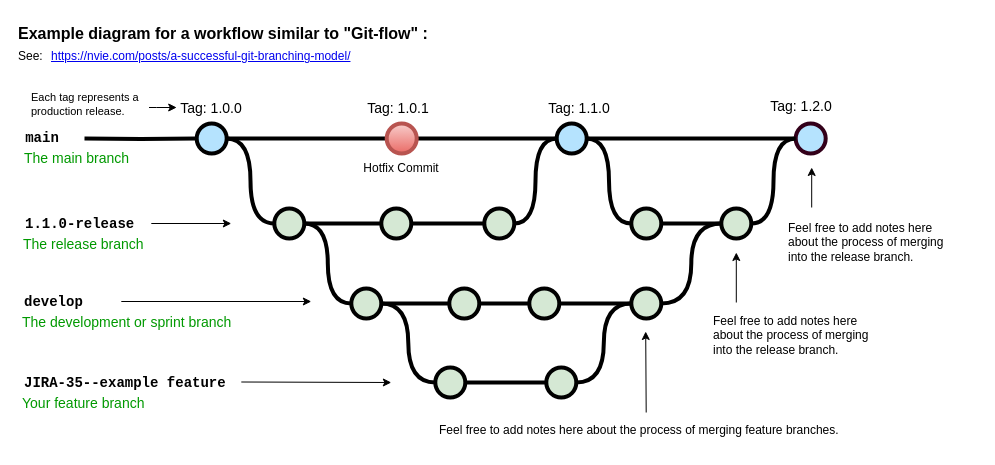
This is Untitled Diagram.drawio from IronCaterpillar/diagrams, a draw.io file, before an edit. Source tidied: cells renumbered, new cells numbered last; positions are measured from the earlier drawing's top-left corner, leaving out a move shared by most shapes. Both pictures are drawn from the tidied source at 100%, with x=0, y=0 at pixel (16, 17).
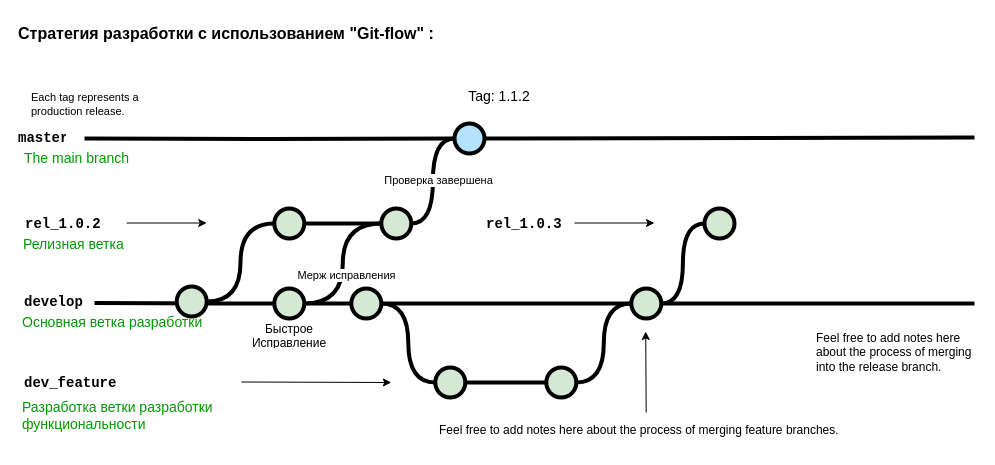
The same diagram, later.

The change refers to these unchanged cells:
```xml
<mxCell id="13" style="verticalLabelPosition=bottom;verticalAlign=top;html=1;strokeWidth=4;shape=mxgraph.flowchart.on-page_reference;plain-purple;gradientColor=none;strokeColor=#000000;fillColor=#D5E8D4;" parent="1" vertex="1">
  <mxGeometry x="257.8" y="191" width="30" height="30" as="geometry" />
</mxCell>
<mxCell id="22" style="verticalLabelPosition=bottom;verticalAlign=top;html=1;strokeWidth=4;shape=mxgraph.flowchart.on-page_reference;plain-purple;gradientColor=none;strokeColor=#000000;fillColor=#D5E8D4;" parent="1" vertex="1">
  <mxGeometry x="334.8" y="271" width="30" height="30" as="geometry" />
</mxCell>
<mxCell id="28" style="verticalLabelPosition=bottom;verticalAlign=top;html=1;strokeWidth=4;shape=mxgraph.flowchart.on-page_reference;plain-purple;gradientColor=none;strokeColor=#000000;fillColor=#D5E8D4;" parent="1" vertex="1">
  <mxGeometry x="614.8" y="271" width="30" height="30" as="geometry" />
</mxCell>
<mxCell id="54" value="&lt;span style=&quot;text-align: center; font-size: 11px;&quot;&gt;Each tag represents a production release.&lt;/span&gt;" style="text;html=1;strokeColor=none;fillColor=none;align=left;verticalAlign=middle;whiteSpace=wrap;overflow=hidden;fontSize=11;fontStyle=0;fontColor=#000000;" parent="1" vertex="1">
  <mxGeometry x="12.5" y="68" width="120" height="38" as="geometry" />
</mxCell>
```

Diff of the diagram source:
```diff
@@
-    <mxCell id="2" value="Hotfix Commit" style="text;html=1;strokeColor=none;fillColor=none;align=center;verticalAlign=middle;whiteSpace=wrap;overflow=hidden;" parent="1" vertex="1">
-      <mxGeometry x="345.2" y="136" width="80" height="30" as="geometry" />
-    </mxCell>
-    <mxCell id="3" style="edgeStyle=orthogonalEdgeStyle;rounded=0;html=1;jettySize=auto;plain-blue;endArrow=none;endFill=0;strokeWidth=4;strokeColor=#000000;entryX=0;entryY=0.5;entryDx=0;entryDy=0;entryPerimeter=0;" parent="1" edge="1" source="5" target="61">
-      <mxGeometry x="292.2" y="211" as="geometry" />
-    </mxCell>
-    <mxCell id="4" style="edgeStyle=orthogonalEdgeStyle;curved=1;rounded=0;html=1;exitX=1;exitY=0.5;exitPerimeter=0;entryX=0;entryY=0.5;entryPerimeter=0;endArrow=none;endFill=0;jettySize=auto;strokeWidth=4;fontSize=15;" parent="1" edge="1" source="5" target="13">
+    <mxCell id="4" style="edgeStyle=orthogonalEdgeStyle;curved=1;rounded=0;html=1;entryX=0;entryY=0.5;entryPerimeter=0;endArrow=none;endFill=0;jettySize=auto;strokeWidth=4;fontSize=15;" parent="1" edge="1" source="66" target="13">
       <mxGeometry relative="1" as="geometry" />
     </mxCell>
-    <mxCell id="5" style="verticalLabelPosition=bottom;verticalAlign=top;html=1;strokeWidth=4;shape=mxgraph.flowchart.on-page_reference;plain-blue;gradientColor=none;fillColor=#B5E3Fe;strokeColor=#000000;" parent="1" vertex="1">
-      <mxGeometry x="180.2" y="106" width="30" height="30" as="geometry" />
-    </mxCell>
-    <mxCell id="6" style="edgeStyle=orthogonalEdgeStyle;curved=1;rounded=0;jettySize=auto;html=1;endArrow=none;endFill=0;strokeWidth=4;entryX=0;entryY=0.5;entryDx=0;entryDy=0;entryPerimeter=0;" parent="1" edge="1" source="8" target="9">
-      <mxGeometry relative="1" as="geometry" />
+    <mxCell id="6" style="edgeStyle=orthogonalEdgeStyle;curved=1;rounded=0;jettySize=auto;html=1;endArrow=none;endFill=0;strokeWidth=4;" parent="1" edge="1" source="8">
+      <mxGeometry relative="1" as="geometry">
+        <mxPoint x="958" y="120" as="targetPoint" />
+      </mxGeometry>
     </mxCell>
-    <mxCell id="7" style="edgeStyle=orthogonalEdgeStyle;curved=1;rounded=0;jettySize=auto;html=1;exitX=1;exitY=0.5;exitDx=0;exitDy=0;exitPerimeter=0;entryX=0;entryY=0.5;entryDx=0;entryDy=0;entryPerimeter=0;endArrow=none;endFill=0;strokeWidth=4;fontFamily=Courier New;fontColor=#009900;" parent="1" edge="1" source="8" target="45">
-      <mxGeometry relative="1" as="geometry" />
-    </mxCell>
     <mxCell id="8" style="verticalLabelPosition=bottom;verticalAlign=top;html=1;strokeWidth=4;shape=mxgraph.flowchart.on-page_reference;plain-blue;gradientColor=none;strokeColor=#000000;fillColor=#B5E3FE;" parent="1" vertex="1">
-      <mxGeometry x="540.2" y="106" width="30" height="30" as="geometry" />
+      <mxGeometry x="438" y="106" width="30" height="30" as="geometry" />
     </mxCell>
-    <mxCell id="9" style="verticalLabelPosition=bottom;verticalAlign=top;html=1;strokeWidth=4;shape=mxgraph.flowchart.on-page_reference;plain-blue;gradientColor=none;strokeColor=#33001A;fillColor=#B5E3FE;" parent="1" vertex="1">
-      <mxGeometry x="779.2" y="106" width="30" height="30" as="geometry" />
-    </mxCell>
-    <mxCell id="10" style="edgeStyle=orthogonalEdgeStyle;rounded=0;html=1;jettySize=auto;strokeWidth=4;endArrow=none;endFill=0;" parent="1" edge="1" target="5">
+    <mxCell id="10" style="edgeStyle=orthogonalEdgeStyle;rounded=0;html=1;jettySize=auto;strokeWidth=4;endArrow=none;endFill=0;entryX=0;entryY=0.5;entryDx=0;entryDy=0;entryPerimeter=0;" parent="1" edge="1" target="8">
       <mxGeometry x="192.2" y="211" as="geometry">
         <mxPoint x="68" y="121" as="sourcePoint" />
       </mxGeometry>
     </mxCell>
-    <mxCell id="11" value="main" style="text;html=1;strokeColor=none;fillColor=none;align=center;verticalAlign=middle;whiteSpace=wrap;overflow=hidden;fontSize=14;fontStyle=1;fontFamily=Courier New;" parent="1" vertex="1">
+    <mxCell id="11" value="master" style="text;html=1;strokeColor=none;fillColor=none;align=center;verticalAlign=middle;whiteSpace=wrap;overflow=hidden;fontSize=14;fontStyle=1;fontFamily=Courier New;" parent="1" vertex="1">
       <mxGeometry x="1" y="100" width="50" height="42" as="geometry" />
     </mxCell>
-    <mxCell id="12" style="edgeStyle=orthogonalEdgeStyle;curved=1;rounded=0;html=1;exitX=1;exitY=0.5;exitPerimeter=0;endArrow=none;endFill=0;jettySize=auto;strokeWidth=4;fontSize=15;" parent="1" edge="1" source="13" target="15">
-      <mxGeometry relative="1" as="geometry" />
+    <mxCell id="12" style="edgeStyle=orthogonalEdgeStyle;curved=1;rounded=0;html=1;exitX=1;exitY=0.5;exitPerimeter=0;endArrow=none;endFill=0;jettySize=auto;strokeWidth=4;fontSize=15;" parent="1" edge="1" source="13">
+      <mxGeometry relative="1" as="geometry">
+        <mxPoint x="364.8" y="206" as="targetPoint" />
+      </mxGeometry>
     </mxCell>
@@
-    <mxCell id="14" style="edgeStyle=orthogonalEdgeStyle;curved=1;rounded=0;html=1;exitX=1;exitY=0.5;exitPerimeter=0;entryX=0;entryY=0.5;entryPerimeter=0;endArrow=none;endFill=0;jettySize=auto;strokeWidth=4;fontSize=15;" parent="1" edge="1" source="15" target="17">
-      <mxGeometry relative="1" as="geometry" />
-    </mxCell>
-    <mxCell id="15" style="verticalLabelPosition=bottom;verticalAlign=top;html=1;strokeWidth=4;shape=mxgraph.flowchart.on-page_reference;plain-purple;gradientColor=none;strokeColor=#000000;fillColor=#D5E8D4;" parent="1" vertex="1">
-      <mxGeometry x="364.8" y="191" width="30" height="30" as="geometry" />
-    </mxCell>
-    <mxCell id="16" style="edgeStyle=orthogonalEdgeStyle;curved=1;rounded=0;html=1;exitX=1;exitY=0.5;exitPerimeter=0;entryX=0;entryY=0.5;entryPerimeter=0;endArrow=none;endFill=0;jettySize=auto;strokeWidth=4;fontSize=15;" parent="1" edge="1" source="17" target="8">
+    <mxCell id="16" style="edgeStyle=orthogonalEdgeStyle;curved=1;rounded=0;html=1;exitX=1;exitY=0.5;exitPerimeter=0;entryX=0;entryY=0.5;entryPerimeter=0;endArrow=none;endFill=0;jettySize=auto;strokeWidth=4;fontSize=15;exitDx=0;exitDy=0;" parent="1" edge="1" source="15" target="8">
       <mxGeometry relative="1" as="geometry" />
     </mxCell>
-    <mxCell id="17" style="verticalLabelPosition=bottom;verticalAlign=top;html=1;strokeWidth=4;shape=mxgraph.flowchart.on-page_reference;plain-purple;gradientColor=none;strokeColor=#000000;fillColor=#D5E8D4;" parent="1" vertex="1">
-      <mxGeometry x="467.8" y="191" width="30" height="30" as="geometry" />
-    </mxCell>
+    <mxCell id="63" value="Проверка завершена" style="edgeLabel;html=1;align=center;verticalAlign=middle;" parent="16" vertex="1">
+      <mxGeometry x="0.02" y="-5" relative="1" as="geometry" />
+    </mxCell>
-    <mxCell id="18" value="1.1.0-release" style="text;html=1;strokeColor=none;fillColor=none;align=left;verticalAlign=middle;whiteSpace=wrap;overflow=hidden;fontSize=14;fontStyle=1;fontFamily=Courier New;" parent="1" vertex="1">
+    <mxCell id="18" value="&lt;div&gt;rel_1.0.2&lt;/div&gt;" style="text;html=1;strokeColor=none;fillColor=none;align=left;verticalAlign=middle;whiteSpace=wrap;overflow=hidden;fontSize=14;fontStyle=1;fontFamily=Courier New;" parent="1" vertex="1">
       <mxGeometry x="6.8" y="196" width="240" height="20" as="geometry" />
     </mxCell>
-    <mxCell id="19" style="edgeStyle=orthogonalEdgeStyle;rounded=0;jettySize=auto;html=1;endArrow=none;endFill=0;strokeWidth=4;" parent="1" edge="1" source="22" target="24">
+    <mxCell id="19" style="edgeStyle=orthogonalEdgeStyle;rounded=0;jettySize=auto;html=1;endArrow=none;endFill=0;strokeWidth=4;entryX=0;entryY=0.5;entryDx=0;entryDy=0;entryPerimeter=0;" parent="1" edge="1" source="22" target="28">
       <mxGeometry relative="1" as="geometry" />
     </mxCell>
-    <mxCell id="20" style="edgeStyle=orthogonalEdgeStyle;rounded=0;jettySize=auto;html=1;entryX=1;entryY=0.5;entryDx=0;entryDy=0;entryPerimeter=0;endArrow=none;endFill=0;strokeWidth=4;curved=1;" parent="1" edge="1" source="22" target="13">
-      <mxGeometry relative="1" as="geometry" />
-    </mxCell>
@@
-    <mxCell id="23" style="edgeStyle=orthogonalEdgeStyle;curved=1;rounded=0;jettySize=auto;html=1;endArrow=none;endFill=0;strokeWidth=4;" parent="1" edge="1" source="24" target="26">
-      <mxGeometry relative="1" as="geometry" />
-    </mxCell>
-    <mxCell id="24" style="verticalLabelPosition=bottom;verticalAlign=top;html=1;strokeWidth=4;shape=mxgraph.flowchart.on-page_reference;plain-purple;gradientColor=none;strokeColor=#000000;fillColor=#D5E8D4;" parent="1" vertex="1">
-      <mxGeometry x="432.8" y="271" width="30" height="30" as="geometry" />
-    </mxCell>
-    <mxCell id="25" style="edgeStyle=orthogonalEdgeStyle;curved=1;rounded=0;jettySize=auto;html=1;endArrow=none;endFill=0;strokeWidth=4;fontFamily=Courier New;fontColor=#009900;" parent="1" edge="1" source="26" target="28">
-      <mxGeometry relative="1" as="geometry" />
-    </mxCell>
-    <mxCell id="26" style="verticalLabelPosition=bottom;verticalAlign=top;html=1;strokeWidth=4;shape=mxgraph.flowchart.on-page_reference;plain-purple;gradientColor=none;strokeColor=#000000;fillColor=#D5E8D4;" parent="1" vertex="1">
-      <mxGeometry x="512.8" y="271" width="30" height="30" as="geometry" />
-    </mxCell>
-    <mxCell id="27" style="edgeStyle=orthogonalEdgeStyle;curved=1;rounded=0;jettySize=auto;html=1;entryX=0;entryY=0.5;entryDx=0;entryDy=0;entryPerimeter=0;endArrow=none;endFill=0;strokeWidth=4;fontFamily=Courier New;fontColor=#009900;" parent="1" edge="1" source="28" target="47">
-      <mxGeometry relative="1" as="geometry" />
-    </mxCell>
@@
-    <mxCell id="34" value="JIRA-35--example feature" style="text;html=1;strokeColor=none;fillColor=none;align=left;verticalAlign=middle;whiteSpace=wrap;overflow=hidden;fontSize=14;fontStyle=1;fontFamily=Courier New;" parent="1" vertex="1">
+    <mxCell id="34" value="dev_feature" style="text;html=1;strokeColor=none;fillColor=none;align=left;verticalAlign=middle;whiteSpace=wrap;overflow=hidden;fontSize=14;fontStyle=1;fontFamily=Courier New;" parent="1" vertex="1">
       <mxGeometry x="5.5" y="355" width="240" height="20" as="geometry" />
     </mxCell>
-    <mxCell id="35" value="The development or sprint branch" style="text;html=1;strokeColor=none;fillColor=none;align=left;verticalAlign=middle;whiteSpace=wrap;overflow=hidden;fontSize=14;fontStyle=0;fontColor=#009900;" parent="1" vertex="1">
+    <mxCell id="35" value="Основная ветка разработки" style="text;html=1;strokeColor=none;fillColor=none;align=left;verticalAlign=middle;whiteSpace=wrap;overflow=hidden;fontSize=14;fontStyle=0;fontColor=#009900;" parent="1" vertex="1">
       <mxGeometry x="3.8" y="294" width="240" height="20" as="geometry" />
     </mxCell>
-    <mxCell id="36" value="Your feature branch" style="text;html=1;strokeColor=none;fillColor=none;align=left;verticalAlign=middle;whiteSpace=wrap;overflow=hidden;fontSize=14;fontStyle=0;fontColor=#009900;" parent="1" vertex="1">
-      <mxGeometry x="3.8" y="375" width="240" height="20" as="geometry" />
+    <mxCell id="36" value="Разработка ветки разработки функциональности" style="text;html=1;strokeColor=none;fillColor=none;align=left;verticalAlign=middle;whiteSpace=wrap;overflow=hidden;fontSize=14;fontStyle=0;fontColor=#009900;" parent="1" vertex="1">
+      <mxGeometry x="3.8" y="375" width="240" height="45" as="geometry" />
     </mxCell>
-    <mxCell id="37" value="The release branch" style="text;html=1;strokeColor=none;fillColor=none;align=left;verticalAlign=middle;whiteSpace=wrap;overflow=hidden;fontSize=14;fontStyle=0;fontColor=#009900;" parent="1" vertex="1">
+    <mxCell id="37" value="Релизная ветка" style="text;html=1;strokeColor=none;fillColor=none;align=left;verticalAlign=middle;whiteSpace=wrap;overflow=hidden;fontSize=14;fontStyle=0;fontColor=#009900;" parent="1" vertex="1">
       <mxGeometry x="4.8" y="216" width="240" height="20" as="geometry" />
     </mxCell>
@@
-    <mxCell id="40" style="endArrow=classic;html=1;strokeWidth=1;fontFamily=Courier New;fontColor=#009900;" parent="1" edge="1">
-      <mxGeometry relative="1" as="geometry">
-        <mxPoint x="104.8" y="284" as="sourcePoint" />
-        <mxPoint x="294.8" y="284" as="targetPoint" />
-      </mxGeometry>
-    </mxCell>
     <mxCell id="41" style="endArrow=classic;html=1;strokeWidth=1;fontFamily=Courier New;fontColor=#009900;" parent="1" edge="1">
       <mxGeometry relative="1" as="geometry">
-        <mxPoint x="134.8" y="206" as="sourcePoint" />
-        <mxPoint x="214.8" y="206" as="targetPoint" />
+        <mxPoint x="558" y="205.5" as="sourcePoint" />
+        <mxPoint x="638" y="205.5" as="targetPoint" />
       </mxGeometry>
     </mxCell>
-    <mxCell id="42" value="Tag: 1.1.0" style="text;html=1;strokeColor=none;fillColor=none;align=center;verticalAlign=middle;whiteSpace=wrap;overflow=hidden;fontSize=14;" parent="1" vertex="1">
-      <mxGeometry x="508.2" y="80" width="110" height="20" as="geometry" />
+    <mxCell id="42" value="Tag: 1.1.2" style="text;html=1;strokeColor=none;fillColor=none;align=center;verticalAlign=middle;whiteSpace=wrap;overflow=hidden;fontSize=14;" parent="1" vertex="1">
+      <mxGeometry x="428" y="68" width="110" height="20" as="geometry" />
     </mxCell>
-    <mxCell id="43" value="Tag: 1.0.0" style="text;html=1;strokeColor=none;fillColor=none;align=center;verticalAlign=middle;whiteSpace=wrap;overflow=hidden;fontSize=14;" parent="1" vertex="1">
-      <mxGeometry x="160.2" y="80" width="70" height="20" as="geometry" />
-    </mxCell>
-    <mxCell id="44" style="edgeStyle=orthogonalEdgeStyle;curved=1;rounded=0;jettySize=auto;html=1;endArrow=none;endFill=0;strokeWidth=4;fontFamily=Courier New;fontColor=#009900;" parent="1" edge="1" source="45" target="47">
-      <mxGeometry relative="1" as="geometry" />
-    </mxCell>
-    <mxCell id="45" style="verticalLabelPosition=bottom;verticalAlign=top;html=1;strokeWidth=4;shape=mxgraph.flowchart.on-page_reference;plain-purple;gradientColor=none;strokeColor=#000000;fillColor=#D5E8D4;" parent="1" vertex="1">
-      <mxGeometry x="614.8" y="191" width="30" height="30" as="geometry" />
-    </mxCell>
-    <mxCell id="46" style="edgeStyle=orthogonalEdgeStyle;curved=1;rounded=0;jettySize=auto;html=1;entryX=0;entryY=0.5;entryDx=0;entryDy=0;entryPerimeter=0;endArrow=none;endFill=0;strokeWidth=4;fontFamily=Courier New;fontColor=#009900;" parent="1" edge="1" source="47" target="9">
-      <mxGeometry relative="1" as="geometry" />
-    </mxCell>
-    <mxCell id="47" style="verticalLabelPosition=bottom;verticalAlign=top;html=1;strokeWidth=4;shape=mxgraph.flowchart.on-page_reference;plain-purple;gradientColor=none;strokeColor=#000000;fillColor=#D5E8D4;" parent="1" vertex="1">
-      <mxGeometry x="704.8" y="191" width="30" height="30" as="geometry" />
-    </mxCell>
-    <mxCell id="48" value="Tag: 1.2.0" style="text;html=1;strokeColor=none;fillColor=none;align=center;verticalAlign=middle;whiteSpace=wrap;overflow=hidden;fontSize=14;" parent="1" vertex="1">
-      <mxGeometry x="730.2" y="78" width="110" height="20" as="geometry" />
-    </mxCell>
@@
-    <mxCell id="50" style="endArrow=classic;html=1;strokeWidth=1;fontFamily=Courier New;fontColor=#009900;" parent="1" edge="1">
-      <mxGeometry relative="1" as="geometry">
-        <mxPoint x="719.8" y="285" as="sourcePoint" />
-        <mxPoint x="719.8" y="235" as="targetPoint" />
-      </mxGeometry>
-    </mxCell>
     <mxCell id="51" value="&lt;span style=&quot;text-align: center&quot;&gt;Feel free to add notes here about the process of merging into the release branch.&lt;br&gt;&lt;/span&gt;" style="text;html=1;strokeColor=none;fillColor=none;align=left;verticalAlign=middle;whiteSpace=wrap;overflow=hidden;fontSize=12;fontStyle=0;fontColor=#000000;" parent="1" vertex="1">
-      <mxGeometry x="694.8" y="285" width="163.2" height="66" as="geometry" />
+      <mxGeometry x="798" y="302" width="163.2" height="66" as="geometry" />
     </mxCell>
@@
-    <mxCell id="53" style="edgeStyle=orthogonalEdgeStyle;rounded=0;jettySize=auto;html=1;fontSize=12;fontColor=#000000;entryX=0;entryY=0.5;entryDx=0;entryDy=0;" parent="1" edge="1" source="54" target="43">
-      <mxGeometry relative="1" as="geometry">
-        <Array as="points">
-          <mxPoint x="140.2" y="90" />
-          <mxPoint x="140.2" y="90" />
-        </Array>
-      </mxGeometry>
-    </mxCell>
@@
-    <mxCell id="55" value="Example diagram for a workflow similar to &quot;Git-flow&quot; :" style="text;whiteSpace=wrap;html=1;fontStyle=1;fontSize=16;" parent="1" vertex="1">
+    <mxCell id="55" value="Стратегия разработки с использованием &quot;Git-flow&quot; :" style="text;whiteSpace=wrap;html=1;fontStyle=1;fontSize=16;" parent="1" vertex="1">
       <mxGeometry x="0.2" width="427.8" height="20" as="geometry" />
     </mxCell>
-    <mxCell id="56" value="&lt;a href=&quot;https://nvie.com/posts/a-successful-git-branching-model/&quot;&gt;https://nvie.com/posts/a-successful-git-branching-model/&lt;/a&gt;" style="text;whiteSpace=wrap;html=1;" parent="1" vertex="1">
-      <mxGeometry x="33" y="25" width="355" height="20" as="geometry" />
-    </mxCell>
-    <mxCell id="57" value="See:" style="text;whiteSpace=wrap;html=1;" parent="1" vertex="1">
-      <mxGeometry x="0.2" y="25" width="32.8" height="20" as="geometry" />
-    </mxCell>
-    <mxCell id="58" style="endArrow=classic;html=1;strokeWidth=1;fontFamily=Courier New;fontColor=#009900;" parent="1" edge="1">
-      <mxGeometry relative="1" as="geometry">
-        <mxPoint x="795.2" y="190" as="sourcePoint" />
-        <mxPoint x="795.2" y="150" as="targetPoint" />
-      </mxGeometry>
-    </mxCell>
-    <mxCell id="59" value="&lt;span style=&quot;text-align: center&quot;&gt;Feel free to add notes here about the process of merging into the release branch.&lt;br&gt;&lt;br&gt;&lt;/span&gt;" style="text;html=1;strokeColor=none;fillColor=none;align=left;verticalAlign=middle;whiteSpace=wrap;overflow=hidden;fontSize=12;fontStyle=0;fontColor=#000000;" parent="1" vertex="1">
-      <mxGeometry x="770.2" y="191" width="167.8" height="81" as="geometry" />
-    </mxCell>
-    <mxCell id="60" style="edgeStyle=orthogonalEdgeStyle;rounded=0;jettySize=auto;html=1;fontSize=15;endArrow=none;endFill=0;strokeWidth=4;entryX=0;entryY=0.5;entryDx=0;entryDy=0;entryPerimeter=0;" parent="1" edge="1" source="61" target="8">
-      <mxGeometry relative="1" as="geometry" />
-    </mxCell>
-    <mxCell id="61" style="verticalLabelPosition=bottom;verticalAlign=top;html=1;strokeWidth=4;shape=mxgraph.flowchart.on-page_reference;plain-blue;gradientColor=#EA6B66;strokeColor=#B85450;fillColor=#F8CECC;" parent="1" vertex="1">
-      <mxGeometry x="370.2" y="106" width="30" height="30" as="geometry" />
-    </mxCell>
-    <mxCell id="62" value="Tag: 1.0.1" style="text;html=1;strokeColor=none;fillColor=none;align=center;verticalAlign=middle;whiteSpace=wrap;overflow=hidden;fontSize=14;" parent="1" vertex="1">
-      <mxGeometry x="346.5" y="80" width="70" height="20" as="geometry" />
-    </mxCell>
+    <mxCell id="64" style="edgeStyle=orthogonalEdgeStyle;rounded=0;html=1;jettySize=auto;orthogonalLoop=1;strokeWidth=4;endArrow=none;endFill=0;" parent="1" edge="1">
+      <mxGeometry x="192.2" y="211" as="geometry">
+        <mxPoint x="78" y="285.5" as="sourcePoint" />
+        <mxPoint x="335" y="286" as="targetPoint" />
+      </mxGeometry>
+    </mxCell>
+    <mxCell id="65" style="edgeStyle=orthogonalEdgeStyle;curved=1;rounded=0;jettySize=auto;html=1;endArrow=none;endFill=0;strokeWidth=4;exitX=1;exitY=0.5;exitDx=0;exitDy=0;exitPerimeter=0;" parent="1" edge="1" source="28">
+      <mxGeometry relative="1" as="geometry">
+        <mxPoint x="958" y="286" as="targetPoint" />
+      </mxGeometry>
+    </mxCell>
+    <mxCell id="66" style="verticalLabelPosition=bottom;verticalAlign=top;html=1;strokeWidth=4;shape=mxgraph.flowchart.on-page_reference;plain-purple;gradientColor=none;strokeColor=#000000;fillColor=#D5E8D4;" parent="1" vertex="1">
+      <mxGeometry x="160.2" y="269" width="30" height="30" as="geometry" />
+    </mxCell>
+    <mxCell id="67" style="verticalLabelPosition=bottom;verticalAlign=top;html=1;strokeWidth=4;shape=mxgraph.flowchart.on-page_reference;plain-purple;gradientColor=none;strokeColor=#000000;fillColor=#D5E8D4;" parent="1" vertex="1">
+      <mxGeometry x="257.8" y="271" width="30" height="30" as="geometry" />
+    </mxCell>
+    <mxCell id="68" style="edgeStyle=orthogonalEdgeStyle;curved=1;rounded=0;jettySize=auto;html=1;exitX=1;exitY=0.5;exitDx=0;exitDy=0;exitPerimeter=0;endArrow=none;endFill=0;strokeWidth=4;fontFamily=Courier New;fontColor=#009900;entryX=0;entryY=0.5;entryDx=0;entryDy=0;entryPerimeter=0;" parent="1" edge="1" source="67" target="15">
+      <mxGeometry relative="1" as="geometry" />
+    </mxCell>
+    <mxCell id="69" value="Мерж исправления" style="edgeLabel;html=1;align=center;verticalAlign=middle;" parent="68" vertex="1">
+      <mxGeometry x="-0.15" y="-3" relative="1" as="geometry" />
+    </mxCell>
+    <mxCell id="15" style="verticalLabelPosition=bottom;verticalAlign=top;html=1;strokeWidth=4;shape=mxgraph.flowchart.on-page_reference;plain-purple;gradientColor=none;strokeColor=#000000;fillColor=#D5E8D4;" parent="1" vertex="1">
+      <mxGeometry x="364.8" y="191" width="30" height="30" as="geometry" />
+    </mxCell>
+    <mxCell id="70" value="&lt;div&gt;Быстрое&lt;/div&gt;&lt;div&gt;Исправление&lt;/div&gt;" style="text;html=1;strokeColor=none;fillColor=none;align=center;verticalAlign=middle;whiteSpace=wrap;overflow=hidden;" parent="1" vertex="1">
+      <mxGeometry x="232.8" y="302" width="80" height="30" as="geometry" />
+    </mxCell>
+    <mxCell id="71" value="&lt;div&gt;rel_1.0.3&lt;/div&gt;" style="text;html=1;strokeColor=none;fillColor=none;align=left;verticalAlign=middle;whiteSpace=wrap;overflow=hidden;fontSize=14;fontStyle=1;fontFamily=Courier New;" parent="1" vertex="1">
+      <mxGeometry x="468" y="196" width="100" height="20" as="geometry" />
+    </mxCell>
+    <mxCell id="72" style="verticalLabelPosition=bottom;verticalAlign=top;html=1;strokeWidth=4;shape=mxgraph.flowchart.on-page_reference;plain-purple;gradientColor=none;strokeColor=#000000;fillColor=#D5E8D4;" parent="1" vertex="1">
+      <mxGeometry x="688" y="191" width="30" height="30" as="geometry" />
+    </mxCell>
+    <mxCell id="73" style="edgeStyle=orthogonalEdgeStyle;curved=1;rounded=0;html=1;entryX=0;entryY=0.5;entryPerimeter=0;endArrow=none;endFill=0;jettySize=auto;strokeWidth=4;fontSize=15;exitX=1;exitY=0.5;exitDx=0;exitDy=0;exitPerimeter=0;entryDx=0;entryDy=0;" parent="1" edge="1" source="28" target="72">
+      <mxGeometry relative="1" as="geometry" />
+    </mxCell>
+    <mxCell id="74" style="endArrow=classic;html=1;strokeWidth=1;fontFamily=Courier New;fontColor=#009900;" parent="1" edge="1">
+      <mxGeometry relative="1" as="geometry">
+        <mxPoint x="110.2" y="205.5" as="sourcePoint" />
+        <mxPoint x="190.2" y="205.5" as="targetPoint" />
+      </mxGeometry>
+    </mxCell>
```
